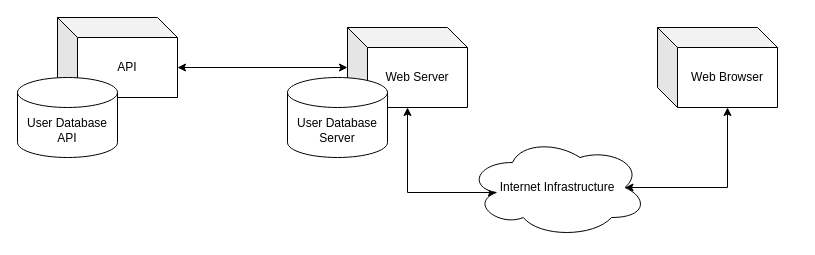
Before: Skema.drawio in karageee/Login-system-and-gmm-voice-auth, a draw.io diagram. Source tidied: cells renumbered, new cells numbered last; positions are measured from the earlier drawing's top-left corner, leaving out a move shared by most shapes. Both pictures are drawn from the tidied source at 100%, with x=0, y=0 at pixel (17, 17).
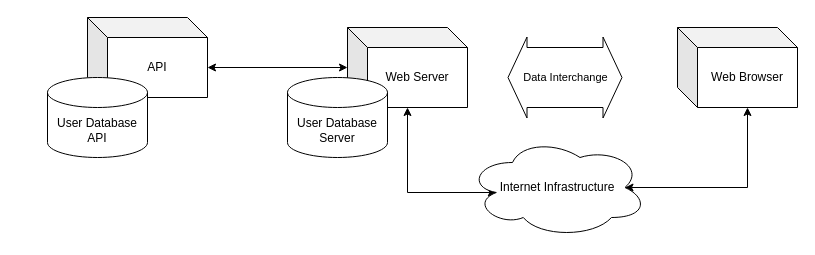
Above is the later version.

What changed in the source:
```diff
@@
 <mxGraphModel>
   <root>
     <mxCell id="0" />
     <mxCell id="1" parent="0" />
     <mxCell id="2" value="API" style="shape=cube;whiteSpace=wrap;html=1;boundedLbl=1;backgroundOutline=1;darkOpacity=0.05;darkOpacity2=0.1;" parent="1" vertex="1">
-      <mxGeometry x="40" width="120" height="80" as="geometry" />
+      <mxGeometry x="70" width="120" height="80" as="geometry" />
     </mxCell>
     <mxCell id="3" style="edgeStyle=orthogonalEdgeStyle;rounded=0;jettySize=auto;html=1;entryX=0.16;entryY=0.55;entryDx=0;entryDy=0;entryPerimeter=0;startArrow=classic;startFill=1;" parent="1" edge="1" source="5" target="8">
       <mxGeometry relative="1" as="geometry">
         <Array as="points">
           <mxPoint x="390" y="175" />
         </Array>
       </mxGeometry>
     </mxCell>
     <mxCell id="4" style="edgeStyle=orthogonalEdgeStyle;rounded=0;jettySize=auto;html=1;entryX=0;entryY=0;entryDx=120;entryDy=50;entryPerimeter=0;startArrow=classic;startFill=1;" parent="1" edge="1" source="5" target="2">
       <mxGeometry relative="1" as="geometry" />
     </mxCell>
     <mxCell id="5" value="Web Server" style="shape=cube;whiteSpace=wrap;html=1;boundedLbl=1;backgroundOutline=1;darkOpacity=0.05;darkOpacity2=0.1;" parent="1" vertex="1">
       <mxGeometry x="330" y="10" width="120" height="80" as="geometry" />
     </mxCell>
-    <mxCell id="6" style="edgeStyle=orthogonalEdgeStyle;rounded=0;jettySize=auto;html=1;entryX=0.875;entryY=0.5;entryDx=0;entryDy=0;entryPerimeter=0;startArrow=classic;startFill=1;" parent="1" edge="1" source="7" target="8">
+    <mxCell id="6" style="edgeStyle=orthogonalEdgeStyle;rounded=0;jettySize=auto;html=1;entryX=0.875;entryY=0.5;entryDx=0;entryDy=0;entryPerimeter=0;startArrow=classic;startFill=1;exitX=0;exitY=0;exitDx=70;exitDy=80;exitPerimeter=0;" parent="1" edge="1" source="7" target="8">
       <mxGeometry relative="1" as="geometry">
         <Array as="points">
-          <mxPoint x="710" y="170" />
+          <mxPoint x="730" y="170" />
         </Array>
       </mxGeometry>
     </mxCell>
     <mxCell id="7" value="Web Browser" style="shape=cube;whiteSpace=wrap;html=1;boundedLbl=1;backgroundOutline=1;darkOpacity=0.05;darkOpacity2=0.1;" parent="1" vertex="1">
-      <mxGeometry x="640" y="10" width="120" height="80" as="geometry" />
+      <mxGeometry x="660" y="10" width="120" height="80" as="geometry" />
     </mxCell>
     <mxCell id="8" value="Internet Infrastructure" style="ellipse;shape=cloud;whiteSpace=wrap;html=1;" parent="1" vertex="1">
       <mxGeometry x="450" y="120" width="180" height="100" as="geometry" />
     </mxCell>
     <mxCell id="9" value="User Database Server" style="shape=cylinder3;whiteSpace=wrap;html=1;boundedLbl=1;backgroundOutline=1;size=15;" parent="1" vertex="1">
       <mxGeometry x="270" y="60" width="100" height="80" as="geometry" />
     </mxCell>
     <mxCell id="10" value="User Database API" style="shape=cylinder3;whiteSpace=wrap;html=1;boundedLbl=1;backgroundOutline=1;size=15;" parent="1" vertex="1">
-      <mxGeometry y="60" width="100" height="80" as="geometry" />
+      <mxGeometry x="30" y="60" width="100" height="80" as="geometry" />
     </mxCell>
+    <mxCell id="11" value="Data Interchange" style="shape=flexArrow;endArrow=classic;startArrow=classic;html=1;width=60;" parent="1" edge="1">
+      <mxGeometry relative="1" as="geometry">
+        <mxPoint x="490" y="60" as="sourcePoint" />
+        <mxPoint x="605" y="60" as="targetPoint" />
+      </mxGeometry>
+    </mxCell>
   </root>
 </mxGraphModel>
```
